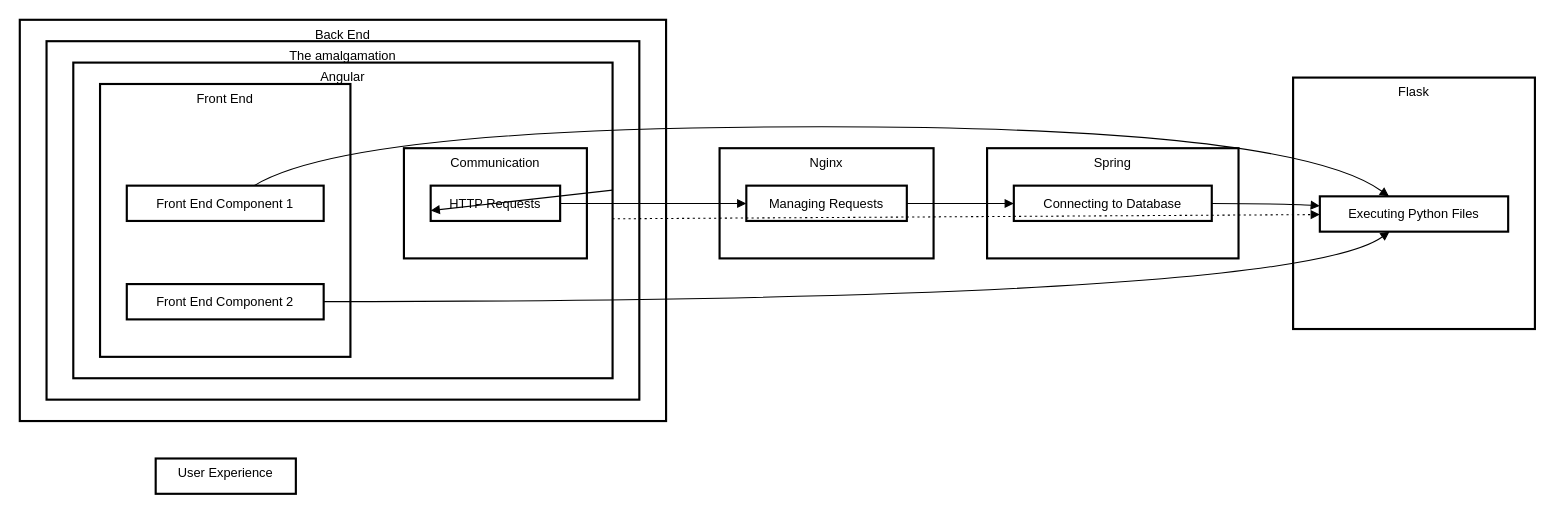
rihab202/Auto-cropping-image keeps this draw.io diagram as Diagramme sans nom.drawio. Above is the earlier version. Source tidied: cells renumbered, new cells numbered last; positions are measured from the earlier drawing's top-left corner, leaving out a move shared by most shapes. Both pictures are drawn from the tidied source at 107%, with x=0, y=0 at pixel (19, 19).
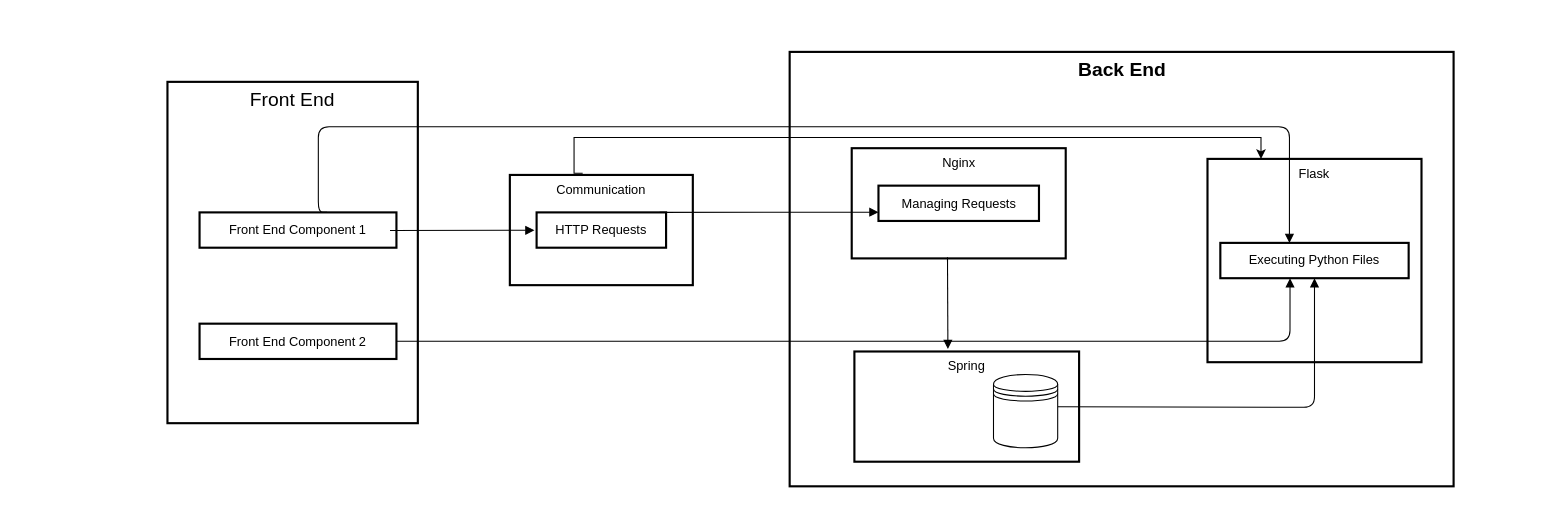
Above is the later version.

Commit message:
Mettre à jour Diagramme sans nom.drawio

Change to the diagram source:
```diff
@@
-    <mxCell id="2" value="Back End" style="whiteSpace=wrap;strokeWidth=2;verticalAlign=top;" parent="1" vertex="1">
-      <mxGeometry width="604" height="375" as="geometry" />
+    <mxCell id="2" value="Back End" style="whiteSpace=wrap;strokeWidth=2;verticalAlign=top;fontSize=18;fontStyle=1;" parent="1" vertex="1">
+      <mxGeometry x="719.5" y="30" width="620.5" height="406" as="geometry" />
     </mxCell>
-    <mxCell id="3" value="The amalgamation" style="whiteSpace=wrap;strokeWidth=2;verticalAlign=top;" parent="1" vertex="1">
-      <mxGeometry x="25" y="20" width="554" height="335" as="geometry" />
-    </mxCell>
-    <mxCell id="4" value="Angular" style="whiteSpace=wrap;strokeWidth=2;verticalAlign=top;" parent="1" vertex="1">
-      <mxGeometry x="50" y="40" width="504" height="295" as="geometry" />
-    </mxCell>
     <mxCell id="5" value="Flask" style="whiteSpace=wrap;strokeWidth=2;verticalAlign=top;" parent="1" vertex="1">
-      <mxGeometry x="1190" y="54" width="226" height="235" as="geometry" />
+      <mxGeometry x="1110" y="130" width="200" height="190" as="geometry" />
     </mxCell>
     <mxCell id="6" value="Executing Python Files" style="whiteSpace=wrap;strokeWidth=2;" parent="1" vertex="1">
-      <mxGeometry x="1215" y="165" width="176" height="33" as="geometry" />
+      <mxGeometry x="1122" y="208.5" width="176" height="33" as="geometry" />
     </mxCell>
     <mxCell id="7" value="Spring" style="whiteSpace=wrap;strokeWidth=2;verticalAlign=top;" parent="1" vertex="1">
-      <mxGeometry x="904" y="120" width="235" height="103" as="geometry" />
+      <mxGeometry x="780" y="310" width="210" height="103" as="geometry" />
     </mxCell>
-    <mxCell id="8" value="Connecting to Database" style="whiteSpace=wrap;strokeWidth=2;" parent="1" vertex="1">
-      <mxGeometry x="929" y="155" width="185" height="33" as="geometry" />
-    </mxCell>
     <mxCell id="9" value="Nginx" style="whiteSpace=wrap;strokeWidth=2;verticalAlign=top;" parent="1" vertex="1">
-      <mxGeometry x="654" y="120" width="200" height="103" as="geometry" />
+      <mxGeometry x="777.5" y="120" width="200" height="103" as="geometry" />
     </mxCell>
     <mxCell id="10" value="Managing Requests" style="whiteSpace=wrap;strokeWidth=2;" parent="1" vertex="1">
-      <mxGeometry x="679" y="155" width="150" height="33" as="geometry" />
+      <mxGeometry x="802.5" y="155" width="150" height="33" as="geometry" />
     </mxCell>
-    <mxCell id="11" value="Front End" style="whiteSpace=wrap;strokeWidth=2;verticalAlign=top;" parent="1" vertex="1">
-      <mxGeometry x="75" y="60" width="234" height="255" as="geometry" />
+    <mxCell id="11" value="Front End" style="whiteSpace=wrap;strokeWidth=2;verticalAlign=top;fontSize=18;" parent="1" vertex="1">
+      <mxGeometry x="138" y="58" width="234" height="319" as="geometry" />
     </mxCell>
     <mxCell id="12" value="Communication" style="whiteSpace=wrap;strokeWidth=2;verticalAlign=top;" parent="1" vertex="1">
-      <mxGeometry x="359" y="120" width="171" height="103" as="geometry" />
+      <mxGeometry x="458" y="145" width="171" height="103" as="geometry" />
     </mxCell>
     <mxCell id="13" value="HTTP Requests" style="whiteSpace=wrap;strokeWidth=2;" parent="1" vertex="1">
-      <mxGeometry x="384" y="155" width="121" height="33" as="geometry" />
+      <mxGeometry x="483" y="180" width="121" height="33" as="geometry" />
     </mxCell>
     <mxCell id="14" value="Front End Component 1" style="whiteSpace=wrap;strokeWidth=2;" parent="1" vertex="1">
-      <mxGeometry x="100" y="155" width="184" height="33" as="geometry" />
+      <mxGeometry x="168" y="180" width="184" height="33" as="geometry" />
     </mxCell>
     <mxCell id="15" value="Front End Component 2" style="whiteSpace=wrap;strokeWidth=2;" parent="1" vertex="1">
-      <mxGeometry x="100" y="247" width="184" height="33" as="geometry" />
+      <mxGeometry x="168" y="284" width="184" height="33" as="geometry" />
     </mxCell>
-    <mxCell id="16" value="User Experience" style="whiteSpace=wrap;strokeWidth=2;verticalAlign=top;" parent="1" vertex="1">
-      <mxGeometry x="127" y="410" width="131" height="33" as="geometry" />
-    </mxCell>
-    <mxCell id="17" style="curved=1;startArrow=none;endArrow=block;exitX=0.9953512396694215;exitY=0.5060606291799834;entryX=0.002916666666666667;entryY=0.5060606291799834;" parent="1" edge="1" source="13" target="10">
-      <mxGeometry relative="1" as="geometry" />
+    <mxCell id="17" style="curved=1;startArrow=none;endArrow=block;entryX=0;entryY=0.75;entryDx=0;entryDy=0;" parent="1" edge="1">
+      <mxGeometry relative="1" as="geometry">
+        <mxPoint x="598" y="180" as="sourcePoint" />
+        <mxPoint x="802.5" y="179.8" as="targetPoint" />
+      </mxGeometry>
     </mxCell>
-    <mxCell id="18" style="curved=1;startArrow=none;endArrow=block;exitX=1.0027500406901042;exitY=0.5060606291799834;entryX=0.002229762721706081;entryY=0.5060606291799834;" parent="1" edge="1" source="10" target="8">
-      <mxGeometry relative="1" as="geometry" />
+    <mxCell id="18" style="startArrow=none;endArrow=block;entryX=0.457;entryY=-0.042;entryDx=0;entryDy=0;entryPerimeter=0;" parent="1" edge="1">
+      <mxGeometry relative="1" as="geometry">
+        <mxPoint x="867" y="222" as="sourcePoint" />
+        <mxPoint x="867.4" y="307.7" as="targetPoint" />
+      </mxGeometry>
     </mxCell>
-    <mxCell id="19" style="curved=1;startArrow=none;endArrow=block;exitX=1.0027956575960726;exitY=0.5060606291799834;entryX=-0.0027432008223100142;entryY=0.2699502830560713;" parent="1" edge="1" source="8" target="6">
+    <mxCell id="19" style="startArrow=none;endArrow=block;exitX=1.0027956575960726;exitY=0.5060606291799834;entryX=0.5;entryY=1;entryDx=0;entryDy=0;edgeStyle=orthogonalEdgeStyle;" parent="1" edge="1" target="6">
       <mxGeometry relative="1" as="geometry">
-        <Array as="points">
-          <mxPoint x="1190" y="172" />
-        </Array>
+        <mxPoint x="970" y="361.7" as="sourcePoint" />
       </mxGeometry>
     </mxCell>
-    <mxCell id="20" style="curved=1;startArrow=none;endArrow=block;exitX=0.6476428584773876;exitY=0;entryX=0.3669509671181327;entryY=0;" parent="1" edge="1" source="14" target="6">
+    <mxCell id="20" style="startArrow=none;endArrow=block;exitX=0.6476428584773876;exitY=0;entryX=0.3669509671181327;entryY=0;edgeStyle=orthogonalEdgeStyle;" parent="1" edge="1" source="14" target="6">
       <mxGeometry relative="1" as="geometry">
         <Array as="points">
-          <mxPoint x="309" y="100" />
-          <mxPoint x="1190" y="100" />
+          <mxPoint x="279" y="100" />
+          <mxPoint x="1187" y="100" />
         </Array>
       </mxGeometry>
     </mxCell>
-    <mxCell id="21" style="curved=1;startArrow=none;endArrow=block;exitX=0.9992527339769446;exitY=0.4969697432084517;entryX=0.3669509671181327;entryY=1.0121212583599668;" parent="1" edge="1" source="15" target="6">
-      <mxGeometry relative="1" as="geometry">
-        <Array as="points">
-          <mxPoint x="1190" y="263" />
-        </Array>
-      </mxGeometry>
+    <mxCell id="21" style="startArrow=none;endArrow=block;exitX=0.9992527339769446;exitY=0.4969697432084517;entryX=0.3669509671181327;entryY=1.0121212583599668;edgeStyle=orthogonalEdgeStyle;" parent="1" edge="1" source="15" target="6">
+      <mxGeometry relative="1" as="geometry" />
     </mxCell>
-    <mxCell id="22" style="curved=1;startArrow=none;endArrow=block;" parent="1" edge="1" source="4" target="13">
-      <mxGeometry relative="1" as="geometry" />
+    <mxCell id="22" style="curved=1;startArrow=none;endArrow=block;" parent="1" edge="1">
+      <mxGeometry relative="1" as="geometry">
+        <mxPoint x="346" y="197" as="sourcePoint" />
+        <mxPoint x="481" y="196.7" as="targetPoint" />
+      </mxGeometry>
     </mxCell>
-    <mxCell id="23" style="curved=1;dashed=1;dashPattern=2 3;startArrow=none;endArrow=block;" parent="1" edge="1" source="4" target="6">
-      <mxGeometry relative="1" as="geometry" />
-    </mxCell>
+    <mxCell id="24" style="endArrow=classic;html=1;rounded=0;exitX=0.398;exitY=-0.016;exitDx=0;exitDy=0;entryX=0.25;entryY=0;entryDx=0;entryDy=0;edgeStyle=orthogonalEdgeStyle;exitPerimeter=0;" parent="1" edge="1" source="12" target="5">
+      <mxGeometry relative="1" as="geometry">
+        <Array as="points">
+          <mxPoint x="518" y="110" />
+          <mxPoint x="1160" y="110" />
+        </Array>
+      </mxGeometry>
+    </mxCell>
+    <mxCell id="25" style="shape=datastore;whiteSpace=wrap;html=1;" parent="1" vertex="1">
+      <mxGeometry x="910" y="331.5" width="60" height="68.5" as="geometry" />
+    </mxCell>
```
